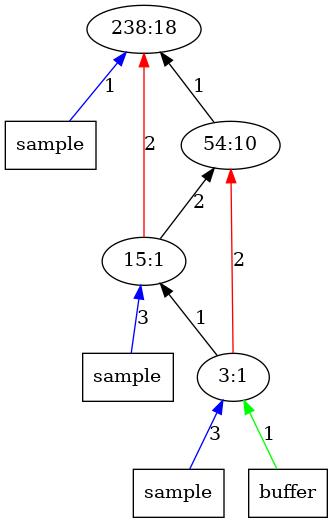
AbhikKhan/MTP_IITG keeps this Graphviz diagram as outputImages/op18.png.png. Above is the earlier version. Its source is kept beside it as outputTrees/op18.dot. Its diagram source:
```dot
digraph Tree{
	rankdir="BT"
	x11 -> 1 [label = "1", color = "blue"];
	x11 [label = "sample", shape = "box"];
	1 [label = "238:18"];
	2 -> 1 [label = "1", color = "black"];
	2 [label = "54:10"];
	3 -> 1 [label = "2", color = "red"];
	3 -> 2 [label = "2", color = "black"];
	x31 -> 3 [label = "3", color = "blue"];
	x31 [label = "sample", shape = "box"];
	3 [label = "15:1"];
	4 -> 3 [label = "1", color = "black"];
	4 -> 2 [label = "2", color = "red"];
	x41 -> 4 [label = "3", color = "blue"];
	x41 [label = "sample", shape = "box"];
	x42 -> 4 [label = "1", color = "green"];
	x42 [label = "buffer", shape = "box"];
	4 [label = "3:1"];
}
```
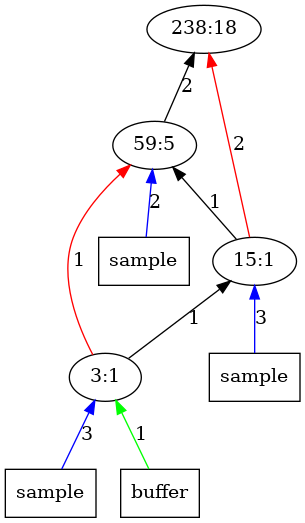
Above is the later version.

What changed in the source:
```diff
@@ -1,17 +1,17 @@
 digraph Tree{
 	rankdir="BT"
-	x11 -> 1 [label = "1", color = "blue"];
-	x11 [label = "sample", shape = "box"];
 	1 [label = "238:18"];
-	2 -> 1 [label = "1", color = "black"];
-	2 [label = "54:10"];
+	2 -> 1 [label = "2", color = "black"];
+	x21 -> 2 [label = "2", color = "blue"];
+	x21 [label = "sample", shape = "box"];
+	2 [label = "59:5"];
 	3 -> 1 [label = "2", color = "red"];
-	3 -> 2 [label = "2", color = "black"];
+	3 -> 2 [label = "1", color = "black"];
 	x31 -> 3 [label = "3", color = "blue"];
 	x31 [label = "sample", shape = "box"];
 	3 [label = "15:1"];
+	4 -> 2 [label = "1", color = "red"];
 	4 -> 3 [label = "1", color = "black"];
-	4 -> 2 [label = "2", color = "red"];
 	x41 -> 4 [label = "3", color = "blue"];
 	x41 [label = "sample", shape = "box"];
 	x42 -> 4 [label = "1", color = "green"];
```
